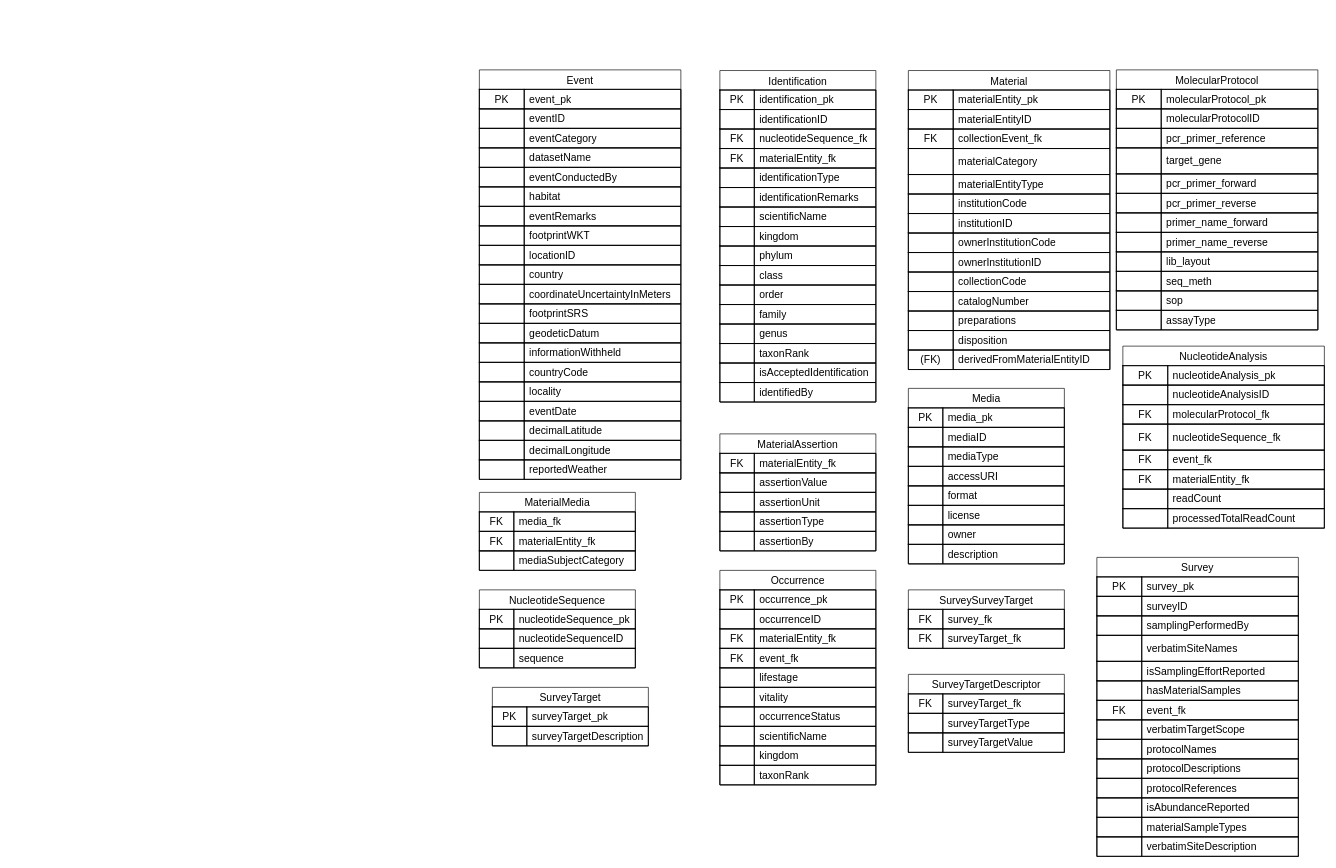
Above: v1_dwcdp_insektmobilen.drawio in CecSve/insektmobilen-dwcdp (draw.io), before the change. Source tidied: cells renumbered, new cells numbered last; positions are measured from the earlier drawing's top-left corner, leaving out a move shared by most shapes. Both pictures are drawn from the tidied source at 65%, with x=0, y=0 at pixel (479, 70).
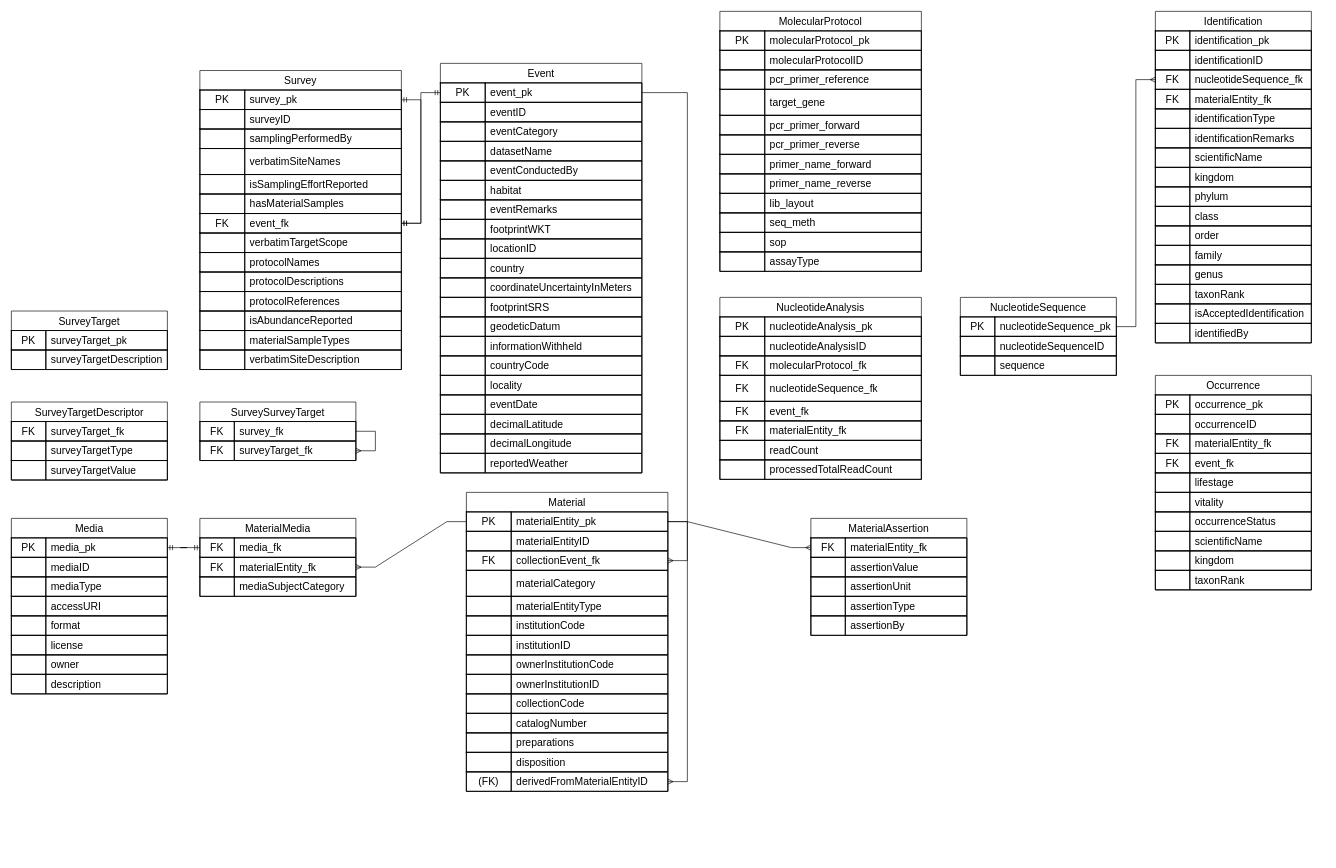
After the change.

Unchanged cells that the change refers to:
```xml
<mxCell id="3" style="shape=tableRow;horizontal=0;startSize=0;swimlaneHead=0;swimlaneBody=0;fillColor=none;points=[[0,0.5],[1,0.5]];portConstraint=eastwest;strokeColor=inherit;fontSize=16;" parent="2" vertex="1">
  <mxGeometry y="30" width="310" height="30" as="geometry" />
</mxCell>
<mxCell id="70" style="shape=tableRow;horizontal=0;startSize=0;swimlaneHead=0;swimlaneBody=0;fillColor=none;points=[[0,0.5],[1,0.5]];portConstraint=eastwest;strokeColor=inherit;fontSize=16;" parent="63" vertex="1">
  <mxGeometry y="90" width="240" height="30" as="geometry" />
</mxCell>
<mxCell id="113" style="shape=tableRow;horizontal=0;startSize=0;swimlaneHead=0;swimlaneBody=0;fillColor=none;points=[[0,0.5],[1,0.5]];portConstraint=eastwest;strokeColor=inherit;fontSize=16;" parent="112" vertex="1">
  <mxGeometry y="30" width="240" height="30" as="geometry" />
</mxCell>
<mxCell id="129" style="shape=tableRow;horizontal=0;startSize=0;swimlaneHead=0;swimlaneBody=0;fillColor=none;points=[[0,0.5],[1,0.5]];portConstraint=eastwest;strokeColor=inherit;fontSize=16;" parent="128" vertex="1">
  <mxGeometry y="30" width="240" height="30" as="geometry" />
</mxCell>
<mxCell id="132" style="shape=tableRow;horizontal=0;startSize=0;swimlaneHead=0;swimlaneBody=0;fillColor=none;points=[[0,0.5],[1,0.5]];portConstraint=eastwest;strokeColor=inherit;fontSize=16;" parent="128" vertex="1">
  <mxGeometry y="60" width="240" height="30" as="geometry" />
</mxCell>
<mxCell id="139" style="shape=tableRow;horizontal=0;startSize=0;swimlaneHead=0;swimlaneBody=0;fillColor=none;points=[[0,0.5],[1,0.5]];portConstraint=eastwest;strokeColor=inherit;fontSize=16;" parent="138" vertex="1">
  <mxGeometry y="30" width="310" height="30" as="geometry" />
</mxCell>
<mxCell id="145" style="shape=tableRow;horizontal=0;startSize=0;swimlaneHead=0;swimlaneBody=0;fillColor=none;points=[[0,0.5],[1,0.5]];portConstraint=eastwest;strokeColor=inherit;fontSize=16;" parent="138" vertex="1">
  <mxGeometry y="90" width="310" height="30" as="geometry" />
</mxCell>
<mxCell id="178" style="shape=tableRow;horizontal=0;startSize=0;swimlaneHead=0;swimlaneBody=0;fillColor=none;points=[[0,0.5],[1,0.5]];portConstraint=eastwest;strokeColor=inherit;fontSize=16;" parent="138" vertex="1">
  <mxGeometry y="430" width="310" height="30" as="geometry" />
</mxCell>
<mxCell id="182" style="shape=tableRow;horizontal=0;startSize=0;swimlaneHead=0;swimlaneBody=0;fillColor=none;points=[[0,0.5],[1,0.5]];portConstraint=eastwest;strokeColor=inherit;fontSize=16;" parent="181" vertex="1">
  <mxGeometry y="30" width="240" height="30" as="geometry" />
</mxCell>
<mxCell id="269" style="shape=tableRow;horizontal=0;startSize=0;swimlaneHead=0;swimlaneBody=0;fillColor=none;points=[[0,0.5],[1,0.5]];portConstraint=eastwest;strokeColor=inherit;fontSize=16;" parent="268" vertex="1">
  <mxGeometry y="30" width="240" height="30" as="geometry" />
</mxCell>
<mxCell id="310" style="shape=tableRow;horizontal=0;startSize=0;swimlaneHead=0;swimlaneBody=0;fillColor=none;points=[[0,0.5],[1,0.5]];portConstraint=eastwest;strokeColor=inherit;fontSize=16;" parent="309" vertex="1">
  <mxGeometry y="30" width="240" height="30" as="geometry" />
</mxCell>
<mxCell id="313" style="shape=tableRow;horizontal=0;startSize=0;swimlaneHead=0;swimlaneBody=0;fillColor=none;points=[[0,0.5],[1,0.5]];portConstraint=eastwest;strokeColor=inherit;fontSize=16;" parent="309" vertex="1">
  <mxGeometry y="60" width="240" height="30" as="geometry" />
</mxCell>
<mxCell id="317" style="shape=tableRow;horizontal=0;startSize=0;swimlaneHead=0;swimlaneBody=0;fillColor=none;points=[[0,0.5],[1,0.5]];portConstraint=eastwest;strokeColor=inherit;fontSize=16;" parent="316" vertex="1">
  <mxGeometry y="30" width="310" height="30" as="geometry" />
</mxCell>
<mxCell id="335" style="shape=tableRow;horizontal=0;startSize=0;swimlaneHead=0;swimlaneBody=0;fillColor=none;points=[[0,0.5],[1,0.5]];portConstraint=eastwest;strokeColor=inherit;fontSize=16;" parent="316" vertex="1">
  <mxGeometry y="220" width="310" height="30" as="geometry" />
</mxCell>
```

Diff of the diagram source:
```diff
@@
     <mxCell id="2" value="Event" style="shape=table;tableRender=collapsed;startSize=30;childLayout=tableLayout;rowLines=0;fontStyle=0;strokeColor=default;fontSize=16;" parent="1" vertex="1">
-      <mxGeometry width="310" height="630" as="geometry" />
+      <mxGeometry x="-60" y="-10" width="310" height="630" as="geometry" />
     </mxCell>
@@
     <mxCell id="63" value="Identification" style="shape=table;tableRender=collapsed;startSize=30;childLayout=tableLayout;rowLines=0;fontStyle=0;strokeColor=default;fontSize=16;" parent="1" vertex="1">
-      <mxGeometry x="370" y="1" width="240" height="510" as="geometry" />
+      <mxGeometry x="1040" y="-90" width="240" height="510" as="geometry" />
     </mxCell>
@@
     <mxCell id="112" value="MaterialAssertion" style="shape=table;tableRender=collapsed;startSize=30;childLayout=tableLayout;rowLines=0;fontStyle=0;strokeColor=default;fontSize=16;" parent="1" vertex="1">
-      <mxGeometry x="370" y="560" width="240" height="180" as="geometry" />
+      <mxGeometry x="510" y="690" width="240" height="180" as="geometry" />
     </mxCell>
@@
     <mxCell id="128" value="MaterialMedia" style="shape=table;tableRender=collapsed;startSize=30;childLayout=tableLayout;rowLines=0;fontStyle=0;strokeColor=default;fontSize=16;" parent="1" vertex="1">
-      <mxGeometry y="650" width="240" height="120" as="geometry" />
+      <mxGeometry x="-430" y="690" width="240" height="120" as="geometry" />
     </mxCell>
@@
     <mxCell id="138" value="Material" style="shape=table;tableRender=collapsed;startSize=30;childLayout=tableLayout;rowLines=0;fontStyle=0;strokeColor=default;fontSize=16;" parent="1" vertex="1">
-      <mxGeometry x="660" y="1" width="310" height="460" as="geometry" />
+      <mxGeometry x="-20" y="650" width="310" height="460" as="geometry" />
     </mxCell>
@@
+    <mxCell id="376" style="edgeStyle=entityRelationEdgeStyle;fontSize=12;html=1;endArrow=ERmany;rounded=0;" parent="138" edge="1" source="139" target="178">
+      <mxGeometry relative="1" as="geometry" />
+    </mxCell>
     <mxCell id="181" value="Media" style="shape=table;tableRender=collapsed;startSize=30;childLayout=tableLayout;rowLines=0;fontStyle=0;strokeColor=default;fontSize=16;" parent="1" vertex="1">
-      <mxGeometry x="660" y="490" width="240" height="270" as="geometry" />
+      <mxGeometry x="-720" y="690" width="240" height="270" as="geometry" />
     </mxCell>
@@
     <mxCell id="206" value="MolecularProtocol" style="shape=table;tableRender=collapsed;startSize=30;childLayout=tableLayout;rowLines=0;fontStyle=0;strokeColor=default;fontSize=16;" parent="1" vertex="1">
-      <mxGeometry x="980" width="310" height="400" as="geometry" />
+      <mxGeometry x="370" y="-90" width="310" height="400" as="geometry" />
     </mxCell>
@@
     <mxCell id="243" value="NucleotideAnalysis" style="shape=table;tableRender=collapsed;startSize=30;childLayout=tableLayout;rowLines=0;fontStyle=0;strokeColor=default;fontSize=16;" parent="1" vertex="1">
-      <mxGeometry x="990" y="425" width="310" height="280" as="geometry" />
+      <mxGeometry x="370" y="350" width="310" height="280" as="geometry" />
     </mxCell>
@@
     <mxCell id="268" value="NucleotideSequence" style="shape=table;tableRender=collapsed;startSize=30;childLayout=tableLayout;rowLines=0;fontStyle=0;strokeColor=default;fontSize=16;" parent="1" vertex="1">
-      <mxGeometry y="800" width="240" height="120" as="geometry" />
+      <mxGeometry x="740" y="350" width="240" height="120" as="geometry" />
     </mxCell>
@@
     <mxCell id="278" value="Occurrence" style="shape=table;tableRender=collapsed;startSize=30;childLayout=tableLayout;rowLines=0;fontStyle=0;strokeColor=default;fontSize=16;" parent="1" vertex="1">
-      <mxGeometry x="370" y="770" width="240" height="330" as="geometry" />
+      <mxGeometry x="1040" y="470" width="240" height="330" as="geometry" />
     </mxCell>
@@
     <mxCell id="309" value="SurveySurveyTarget" style="shape=table;tableRender=collapsed;startSize=30;childLayout=tableLayout;rowLines=0;fontStyle=0;strokeColor=default;fontSize=16;" parent="1" vertex="1">
-      <mxGeometry x="660" y="800" width="240" height="90" as="geometry" />
+      <mxGeometry x="-430" y="511" width="240" height="90" as="geometry" />
     </mxCell>
@@
+    <mxCell id="377" style="edgeStyle=entityRelationEdgeStyle;fontSize=12;html=1;endArrow=ERmany;rounded=0;" parent="309" edge="1" source="310" target="313">
+      <mxGeometry relative="1" as="geometry" />
+    </mxCell>
     <mxCell id="316" value="Survey" style="shape=table;tableRender=collapsed;startSize=30;childLayout=tableLayout;rowLines=0;fontStyle=0;strokeColor=default;fontSize=16;" parent="1" vertex="1">
-      <mxGeometry x="950" y="750" width="310" height="460" as="geometry" />
+      <mxGeometry x="-430" y="1" width="310" height="460" as="geometry" />
     </mxCell>
@@
+    <mxCell id="378" style="edgeStyle=entityRelationEdgeStyle;fontSize=12;html=1;endArrow=ERmandOne;startArrow=ERmandOne;rounded=0;" parent="316" edge="1" source="317" target="335">
+      <mxGeometry relative="1" as="geometry" />
+    </mxCell>
     <mxCell id="359" value="SurveyTargetDescriptor" style="shape=table;tableRender=collapsed;startSize=30;childLayout=tableLayout;rowLines=0;fontStyle=0;strokeColor=default;fontSize=16;" parent="1" vertex="1">
-      <mxGeometry x="660" y="930" width="240" height="120" as="geometry" />
+      <mxGeometry x="-720" y="511" width="240" height="120" as="geometry" />
     </mxCell>
@@
     <mxCell id="369" value="SurveyTarget" style="shape=table;tableRender=collapsed;startSize=30;childLayout=tableLayout;rowLines=0;fontStyle=0;strokeColor=default;fontSize=16;" parent="1" vertex="1">
-      <mxGeometry x="20" y="950" width="240" height="90" as="geometry" />
+      <mxGeometry x="-720" y="371" width="240" height="90" as="geometry" />
     </mxCell>
@@
+    <mxCell id="379" style="edgeStyle=entityRelationEdgeStyle;fontSize=12;html=1;endArrow=ERmany;rounded=0;" parent="1" edge="1" source="269" target="70">
+      <mxGeometry relative="1" as="geometry" />
+    </mxCell>
+    <mxCell id="380" style="edgeStyle=entityRelationEdgeStyle;fontSize=12;html=1;endArrow=ERmany;rounded=0;" parent="1" edge="1" source="139" target="132">
+      <mxGeometry relative="1" as="geometry" />
+    </mxCell>
+    <mxCell id="381" style="edgeStyle=entityRelationEdgeStyle;fontSize=12;html=1;endArrow=ERmany;rounded=0;" parent="1" edge="1" source="3" target="145">
+      <mxGeometry x="-0.07" relative="1" as="geometry" />
+    </mxCell>
+    <mxCell id="382" style="edgeStyle=entityRelationEdgeStyle;fontSize=12;html=1;endArrow=ERmany;rounded=0;" parent="1" edge="1" source="139" target="113">
+      <mxGeometry relative="1" as="geometry" />
+    </mxCell>
+    <mxCell id="383" style="edgeStyle=entityRelationEdgeStyle;fontSize=12;html=1;endArrow=ERmandOne;startArrow=ERmandOne;rounded=0;" parent="1" edge="1" source="129" target="182">
+      <mxGeometry relative="1" as="geometry" />
+    </mxCell>
+    <mxCell id="384" style="edgeStyle=entityRelationEdgeStyle;fontSize=12;html=1;endArrow=ERmandOne;startArrow=ERmandOne;rounded=0;" parent="1" edge="1" source="335" target="3">
+      <mxGeometry relative="1" as="geometry" />
+    </mxCell>
```
